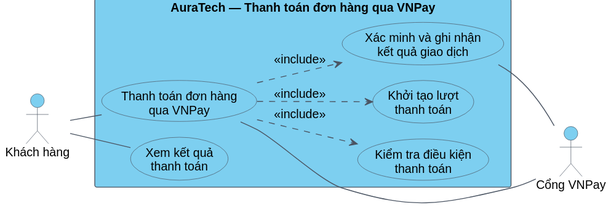
The PlantUML diagram docs/bao-cao/chuong-2-dat-hang-thanh-toan/diagrams/thanh-toan/01-use-case.svg in Thuannd24/Graduation-Project, before a commit.
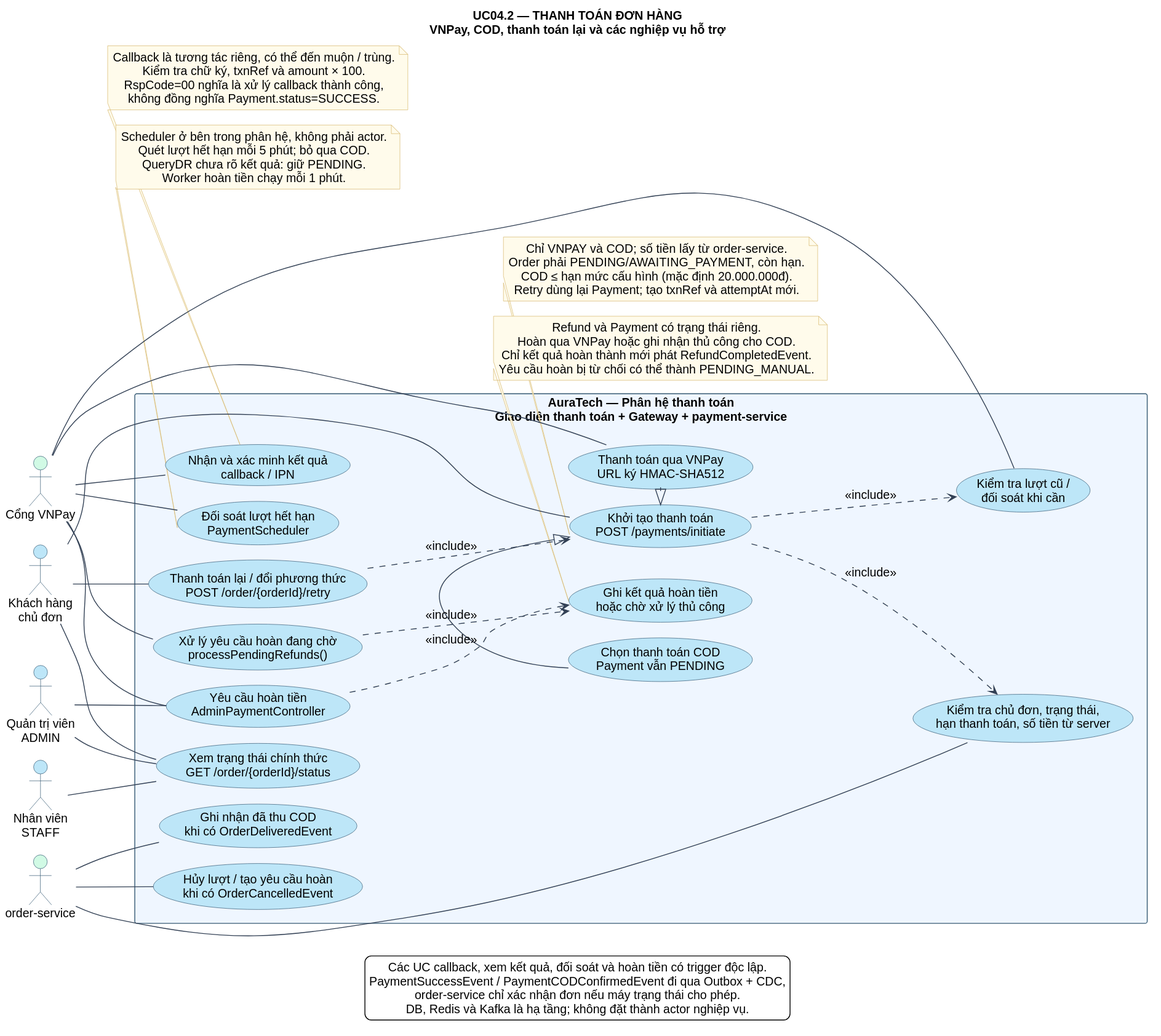
The same file after the commit.

The edit, as a diff of the source:
```diff
@@ -3,33 +3,101 @@
 skinparam defaultFontName Arial
 skinparam defaultFontSize 14
 skinparam shadowing false
-skinparam ArrowColor #4B5563
+skinparam ArrowColor #334155
 skinparam ArrowThickness 1
 skinparam defaultTextAlignment center
-skinparam actorBorderColor #4B5563
-skinparam actorBackgroundColor #7DCFF0
+skinparam NoteBackgroundColor #FFFBEB
+skinparam NoteBorderColor #D6B669
+skinparam actorBackgroundColor #BDE6F8
+skinparam actorBorderColor #365A73
+skinparam usecaseBackgroundColor #BDE6F8
+skinparam usecaseBorderColor #365A73
+skinparam rectangleBackgroundColor #EFF6FF
+skinparam rectangleBorderColor #365A73
+skinparam stateBackgroundColor #BDE6F8
+skinparam stateBorderColor #365A73
+skinparam activityBackgroundColor #BDE6F8
+skinparam activityBorderColor #365A73
+skinparam activityDiamondBackgroundColor #FEF3C7
+skinparam activityDiamondBorderColor #365A73
+skinparam swimlaneTitleBackgroundColor #EFF6FF
+skinparam swimlaneTitleFontStyle bold
+skinparam swimlaneBorderColor #94A3B8
+
 !pragma layout smetana
 left to right direction
-skinparam rectangleBackgroundColor #7DCFF0
-skinparam rectangleBorderColor #4B5563
-skinparam usecaseBackgroundColor #7DCFF0
-skinparam usecaseBorderColor #4B5563
-skinparam usecaseFontSize 14
-
-actor "Khách hàng" as Customer
-actor "Cổng VNPay" as VNPay
-rectangle "AuraTech — Thanh toán đơn hàng qua VNPay" {
-  usecase "Thanh toán đơn hàng\nqua VNPay" as Pay
-  usecase "Kiểm tra điều kiện\nthanh toán" as Validate
-  usecase "Khởi tạo lượt\nthanh toán" as Initiate
-  usecase "Xác minh và ghi nhận\nkết quả giao dịch" as Verify
-  usecase "Xem kết quả\nthanh toán" as Result
+title UC04.2 — THANH TOÁN ĐƠN HÀNG\nVNPay, COD, thanh toán lại và các nghiệp vụ hỗ trợ
+actor "Khách hàng\nchủ đơn" as Customer
+actor "Quản trị viên\nADMIN" as Admin
+actor "Nhân viên\nSTAFF" as Staff
+actor "Cổng VNPay" as VNPay #D1FAE5
+actor "order-service" as Order #D1FAE5
+rectangle "AuraTech — Phân hệ thanh toán\nGiao diện thanh toán + Gateway + payment-service" {
+  usecase "Khởi tạo thanh toán\nPOST /payments/initiate" as Initiate
+  usecase "Kiểm tra chủ đơn, trạng thái,\nhạn thanh toán, số tiền từ server" as Validate
+  usecase "Kiểm tra lượt cũ /\nđối soát khi cần" as Guard
+  usecase "Thanh toán qua VNPay\nURL ký HMAC-SHA512" as PayVN
+  usecase "Chọn thanh toán COD\nPayment vẫn PENDING" as COD
+  usecase "Thanh toán lại / đổi phương thức\nPOST /order/{orderId}/retry" as Retry
+  usecase "Nhận và xác minh kết quả\ncallback / IPN" as Callback
+  usecase "Xem trạng thái chính thức\nGET /order/{orderId}/status" as Status
+  usecase "Đối soát lượt hết hạn\nPaymentScheduler" as Expiry
+  usecase "Ghi nhận đã thu COD\nkhi có OrderDeliveredEvent" as Delivery
+  usecase "Hủy lượt / tạo yêu cầu hoàn\nkhi có OrderCancelledEvent" as AutoRefund
+  usecase "Yêu cầu hoàn tiền\nAdminPaymentController" as AdminRefund
+  usecase "Xử lý yêu cầu hoàn đang chờ\nprocessPendingRefunds()" as RefundWorker
+  usecase "Ghi kết quả hoàn tiền\nhoặc chờ xử lý thủ công" as RefundResult
 }
-Customer -- Pay
-Customer -- Result
-Pay ..> Validate : <<include>>
-Pay ..> Initiate : <<include>>
-Pay ..> Verify : <<include>>
-Pay -- VNPay
-Verify -- VNPay
+Customer -- Initiate
+Customer -- Retry
+Customer -- Status
+Admin -- Status
+Staff -- Status
+Admin -- AdminRefund
+PayVN -|> Initiate
+COD -|> Initiate
+Initiate ..> Validate : <<include>>
+Initiate ..> Guard : <<include>>
+Retry ..> Initiate : <<include>>
+Order -- Validate
+VNPay -- PayVN
+VNPay -- Guard
+VNPay -- Callback
+VNPay -- Expiry
+VNPay -- AdminRefund
+VNPay -- RefundWorker
+Order -- Delivery
+Order -- AutoRefund
+AdminRefund ..> RefundResult : <<include>>
+RefundWorker ..> RefundResult : <<include>>
+note bottom of Initiate
+  Chỉ VNPAY và COD; số tiền lấy từ order-service.
+  Order phải PENDING/AWAITING_PAYMENT, còn hạn.
+  COD ≤ hạn mức cấu hình (mặc định 20.000.000đ).
+  Retry dùng lại Payment; tạo txnRef và attemptAt mới.
+end note
+note bottom of Callback
+  Callback là tương tác riêng, có thể đến muộn / trùng.
+  Kiểm tra chữ ký, txnRef và amount × 100.
+  RspCode=00 nghĩa là xử lý callback thành công,
+  không đồng nghĩa Payment.status=SUCCESS.
+end note
+note bottom of RefundResult
+  Refund và Payment có trạng thái riêng.
+  Hoàn qua VNPay hoặc ghi nhận thủ công cho COD.
+  Chỉ kết quả hoàn thành mới phát RefundCompletedEvent.
+  Yêu cầu hoàn bị từ chối có thể thành PENDING_MANUAL.
+end note
+note bottom of Expiry
+  Scheduler ở bên trong phân hệ, không phải actor.
+  Quét lượt hết hạn mỗi 5 phút; bỏ qua COD.
+  QueryDR chưa rõ kết quả: giữ PENDING.
+  Worker hoàn tiền chạy mỗi 1 phút.
+end note
+legend bottom
+  Các UC callback, xem kết quả, đối soát và hoàn tiền có trigger độc lập.
+  PaymentSuccessEvent / PaymentCODConfirmedEvent đi qua Outbox + CDC,
+  order-service chỉ xác nhận đơn nếu máy trạng thái cho phép.
+  DB, Redis và Kafka là hạ tầng; không đặt thành actor nghiệp vụ.
+endlegend
 @enduml
```
